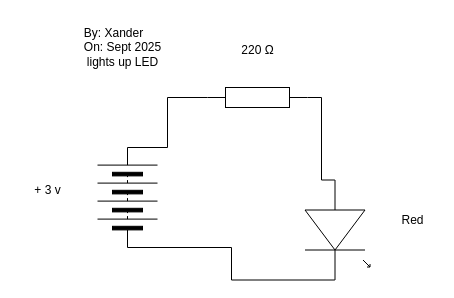
Earlier version of the draw.io diagram single_led.drawio (Xander-Henderson/TEJ2O-1-Unit-5-03). Source tidied: cells renumbered, new cells numbered last; positions are measured from the earlier drawing's top-left corner, leaving out a move shared by most shapes. Both pictures are drawn from the tidied source at 100%, with x=0, y=0 at pixel (22, 17).
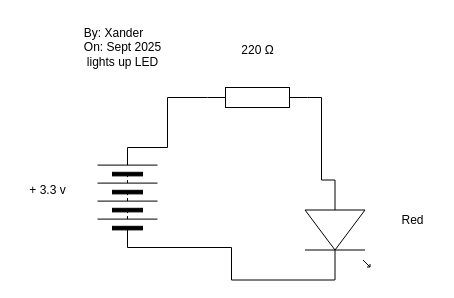
After the change.

What changed in the source:
```diff
@@
 <mxGraphModel>
   <root>
     <mxCell id="0" />
     <mxCell id="1" parent="0" />
     <mxCell id="2" style="edgeStyle=elbowEdgeStyle;html=1;exitX=1;exitY=0.5;exitDx=0;exitDy=0;endArrow=none;endFill=0;rounded=0;curved=0;" parent="1" edge="1" source="3">
       <mxGeometry relative="1" as="geometry">
         <mxPoint x="185" y="80" as="targetPoint" />
       </mxGeometry>
     </mxCell>
     <mxCell id="3" style="verticalLabelPosition=bottom;shadow=0;dashed=0;align=center;html=1;verticalAlign=top;shape=mxgraph.electrical.miscellaneous.batteryStack;rotation=-90;" parent="1" vertex="1">
       <mxGeometry x="55" y="150" width="100" height="60" as="geometry" />
     </mxCell>
     <mxCell id="4" style="verticalLabelPosition=bottom;shadow=0;dashed=0;align=center;html=1;verticalAlign=top;shape=mxgraph.electrical.resistors.resistor_1;" parent="1" vertex="1">
       <mxGeometry x="185" y="70" width="100" height="20" as="geometry" />
     </mxCell>
     <mxCell id="5" style="edgeStyle=elbowEdgeStyle;html=1;exitX=1;exitY=0.54;exitDx=0;exitDy=0;exitPerimeter=0;rounded=0;curved=0;endArrow=none;endFill=0;" parent="1" edge="1" source="6">
       <mxGeometry relative="1" as="geometry">
         <mxPoint x="105" y="230" as="targetPoint" />
       </mxGeometry>
     </mxCell>
     <mxCell id="6" style="verticalLabelPosition=bottom;shadow=0;dashed=0;align=center;html=1;verticalAlign=top;shape=mxgraph.electrical.opto_electronics.led_1;rotation=90;" parent="1" vertex="1">
       <mxGeometry x="265" y="180" width="100" height="65" as="geometry" />
     </mxCell>
     <mxCell id="7" style="edgeStyle=elbowEdgeStyle;html=1;exitX=0;exitY=0.5;exitDx=0;exitDy=0;entryX=0;entryY=0.5;entryDx=0;entryDy=0;entryPerimeter=0;strokeColor=none;rounded=0;curved=0;" parent="1" edge="1" source="3" target="4">
       <mxGeometry relative="1" as="geometry" />
     </mxCell>
     <mxCell id="8" style="edgeStyle=elbowEdgeStyle;html=1;exitX=1;exitY=0.5;exitDx=0;exitDy=0;exitPerimeter=0;entryX=0;entryY=0.54;entryDx=0;entryDy=0;entryPerimeter=0;endArrow=none;endFill=0;rounded=0;" parent="1" edge="1" source="4" target="6">
       <mxGeometry relative="1" as="geometry" />
     </mxCell>
-    <mxCell id="9" value="+ 3 v" style="text;html=1;align=center;verticalAlign=middle;strokeColor=none;fillColor=none;" parent="1" vertex="1">
-      <mxGeometry y="158" width="50" height="30" as="geometry" />
+    <mxCell id="9" value="+ 3.3 v" style="text;html=1;align=center;verticalAlign=middle;strokeColor=none;fillColor=none;" parent="1" vertex="1">
+      <mxGeometry x="-5" y="158" width="60" height="30" as="geometry" />
     </mxCell>
     <mxCell id="10" value="Red" style="text;html=1;align=center;verticalAlign=middle;strokeColor=none;fillColor=none;" parent="1" vertex="1">
       <mxGeometry x="365" y="188" width="50" height="30" as="geometry" />
     </mxCell>
     <mxCell id="11" value="&lt;div style=&quot;text-align: left;&quot;&gt;&lt;span style=&quot;background-color: transparent;&quot;&gt;By: Xander&lt;/span&gt;&lt;/div&gt;&lt;div&gt;On: Sept 2025&lt;/div&gt;&lt;div&gt;lights up LED&lt;/div&gt;" style="text;html=1;align=center;verticalAlign=middle;strokeColor=none;fillColor=none;" parent="1" vertex="1">
       <mxGeometry x="50" width="100" height="60" as="geometry" />
     </mxCell>
     <mxCell id="12" value="220&amp;nbsp;Ω" style="text;html=1;align=center;verticalAlign=middle;strokeColor=none;fillColor=none;" parent="1" vertex="1">
       <mxGeometry x="205" y="18" width="60" height="30" as="geometry" />
     </mxCell>
   </root>
 </mxGraphModel>
```
